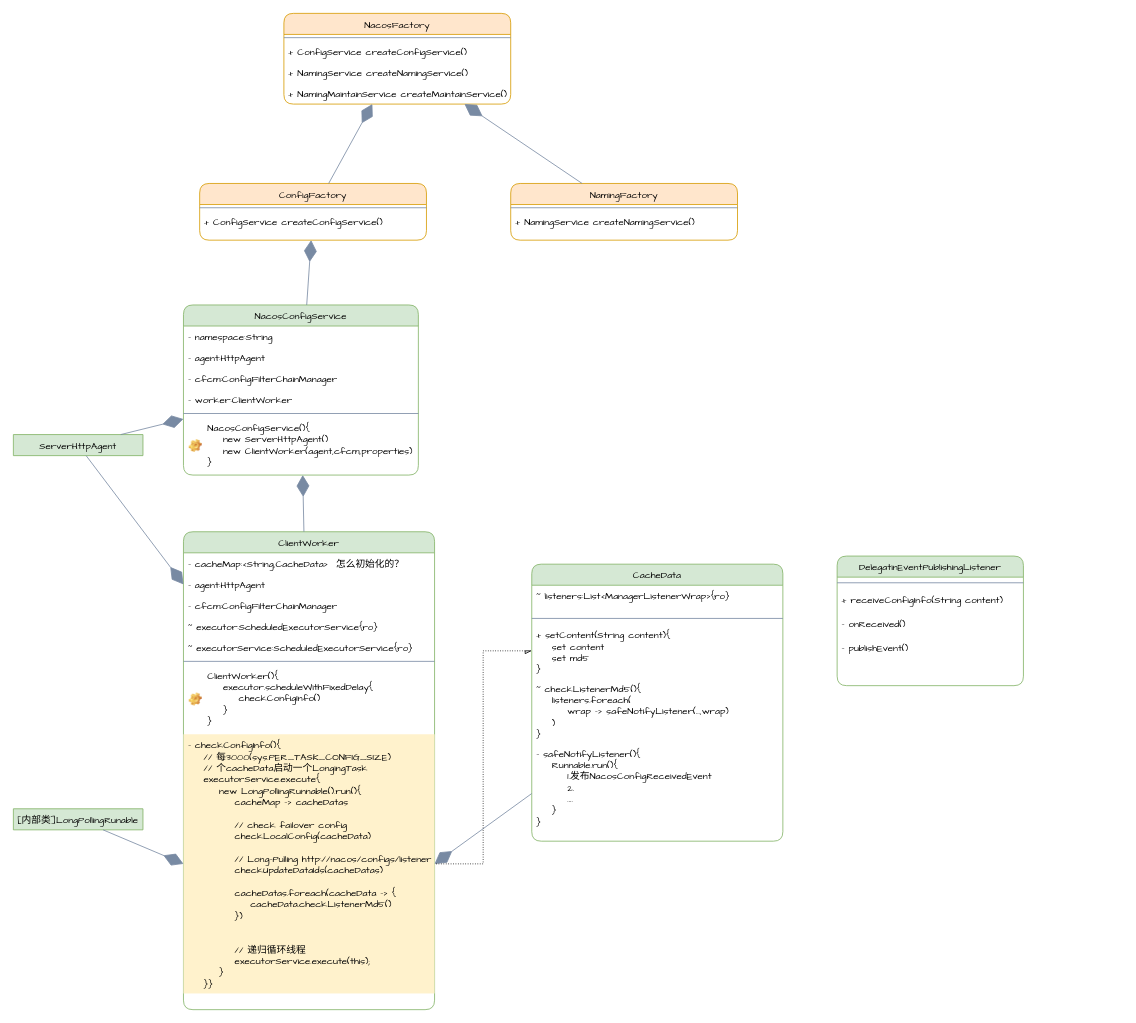
Before: page "Nacos类图梳理" (2 of 2) of diagrams.net/Nacos架构梳理.drawio in ZhengweiHou/simplegit, a draw.io diagram. Source tidied: cells renumbered, new cells numbered last; positions are measured from the earlier drawing's top-left corner, leaving out a move shared by most shapes. Both pictures are drawn from the tidied source at 81%, with x=0, y=0 at pixel (13, 13).
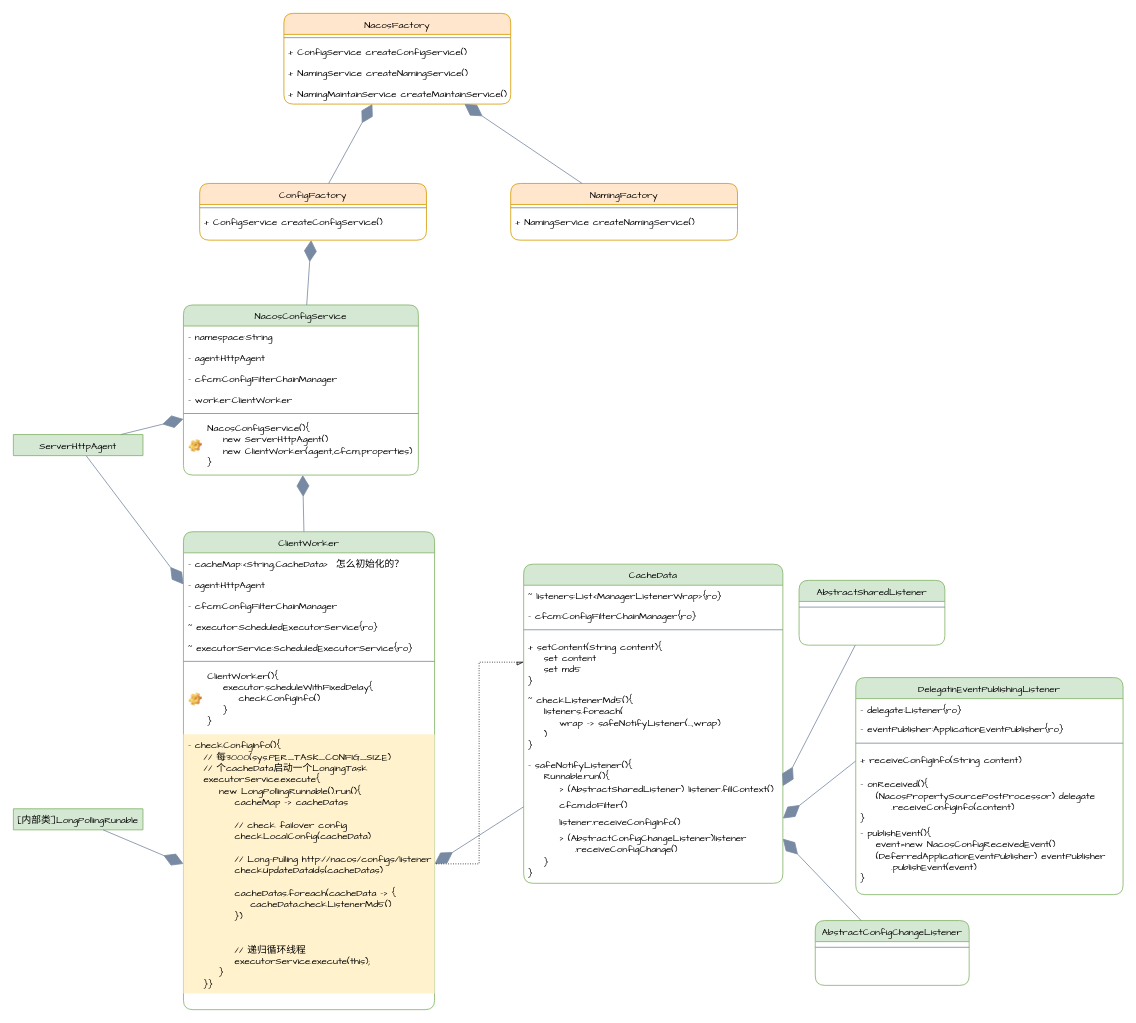
Above is the later version.

The edit, as a diff of the source:
```diff
@@
     <mxCell id="38" value="CacheData" style="swimlane;fontStyle=0;align=center;verticalAlign=top;horizontal=1;startSize=26;shadow=0;strokeWidth=1;fillColor=#d5e8d4;strokeColor=#82b366;fontFamily=Comic Sans MS;fontColor=#000000;rounded=1;sketch=0;" parent="1" vertex="1">
-      <mxGeometry x="640" y="680" width="310" height="342" as="geometry" />
+      <mxGeometry x="630" y="680" width="320" height="394" as="geometry" />
     </mxCell>
     <mxCell id="39" value="~ listeners:List&lt;ManagerListenerWrap&gt;{ro}" style="text;strokeColor=none;fillColor=none;align=left;verticalAlign=top;spacingLeft=4;spacingRight=4;overflow=hidden;rounded=1;sketch=0;fontFamily=Comic Sans MS;fontColor=#000000;" parent="38" vertex="1">
-      <mxGeometry y="26" width="310" height="34" as="geometry" />
+      <mxGeometry y="26" width="320" height="24" as="geometry" />
     </mxCell>
+    <mxCell id="51" value="- cfcm:ConfigFilterChainManager{ro}" style="text;strokeColor=none;fillColor=none;align=left;verticalAlign=top;spacingLeft=4;spacingRight=4;overflow=hidden;rounded=1;sketch=0;fontFamily=Comic Sans MS;fontColor=#000000;" parent="38" vertex="1">
+      <mxGeometry y="50" width="320" height="24" as="geometry" />
+    </mxCell>
     <mxCell id="40" style="line;strokeWidth=1;fillColor=none;align=left;verticalAlign=middle;spacingTop=-1;spacingLeft=3;spacingRight=3;labelPosition=right;fontColor=#000000;fontFamily=Comic Sans MS;strokeColor=#788AA3;rounded=1;sketch=0;fontStyle=0;" parent="38" vertex="1">
-      <mxGeometry y="60" width="310" height="14" as="geometry" />
+      <mxGeometry y="74" width="320" height="14" as="geometry" />
     </mxCell>
     <mxCell id="41" value="+ setContent(String content){&#10;    set content&#10;    set md5&#10;}" style="text;strokeColor=none;fillColor=none;align=left;verticalAlign=top;spacingLeft=4;spacingRight=4;overflow=hidden;points=[[0,0.5],[1,0.5]];portConstraint=eastwest;rounded=1;sketch=0;fontFamily=Comic Sans MS;fontColor=#000000;" parent="38" vertex="1">
-      <mxGeometry y="74" width="310" height="66" as="geometry" />
+      <mxGeometry y="88" width="320" height="66" as="geometry" />
     </mxCell>
     <mxCell id="42" value="~ checkListenerMd5(){&#10;    listeners.foreach(&#10;        wrap -&gt; safeNotifyListener(...,wrap)&#10;    )&#10;}" style="text;strokeColor=none;fillColor=none;align=left;verticalAlign=top;spacingLeft=4;spacingRight=4;overflow=hidden;rounded=1;sketch=0;fontFamily=Comic Sans MS;fontColor=#000000;" parent="38" vertex="1">
-      <mxGeometry y="140" width="310" height="80" as="geometry" />
+      <mxGeometry y="154" width="320" height="80" as="geometry" />
     </mxCell>
-    <mxCell id="43" value="- safeNotifyListener(){&#10;    Runnable.run(){&#10;        1.发布NacosConfigReceivedEvent&#10;        2.&#10;        ....&#10;    }&#10;}" style="text;strokeColor=none;fillColor=none;align=left;verticalAlign=top;spacingLeft=4;spacingRight=4;overflow=hidden;rounded=1;sketch=0;fontFamily=Comic Sans MS;fontColor=#000000;" parent="38" vertex="1">
-      <mxGeometry y="220" width="310" height="100" as="geometry" />
+    <mxCell id="43" value="- safeNotifyListener(){&#10;    Runnable.run(){" style="text;strokeColor=none;fillColor=none;align=left;verticalAlign=top;spacingLeft=4;spacingRight=4;overflow=hidden;rounded=1;sketch=0;fontFamily=Comic Sans MS;fontColor=#000000;" parent="38" vertex="1">
+      <mxGeometry y="234" width="320" height="30" as="geometry" />
     </mxCell>
+    <mxCell id="52" value="        &gt; (AbstractSharedListener) listener.fillContext()" style="text;strokeColor=none;fillColor=none;align=left;verticalAlign=top;spacingLeft=4;spacingRight=4;overflow=hidden;points=[[0,0.5],[1,0.5]];portConstraint=eastwest;rounded=1;sketch=0;fontFamily=Comic Sans MS;fontColor=#000000;" parent="38" vertex="1">
+      <mxGeometry y="264" width="320" height="20" as="geometry" />
+    </mxCell>
+    <mxCell id="53" value="        cfcm.doFilter()" style="text;strokeColor=none;fillColor=none;align=left;verticalAlign=top;spacingLeft=4;spacingRight=4;overflow=hidden;rounded=1;sketch=0;fontFamily=Comic Sans MS;fontColor=#000000;" parent="38" vertex="1">
+      <mxGeometry y="284" width="320" height="20" as="geometry" />
+    </mxCell>
+    <mxCell id="54" value="        listener.receiveConfigInfo()" style="text;strokeColor=none;fillColor=none;align=left;verticalAlign=top;spacingLeft=4;spacingRight=4;overflow=hidden;points=[[0,0.5],[1,0.5]];portConstraint=eastwest;rounded=1;sketch=0;fontFamily=Comic Sans MS;fontColor=#000000;" parent="38" vertex="1">
+      <mxGeometry y="304" width="320" height="20" as="geometry" />
+    </mxCell>
+    <mxCell id="55" value="        &gt; (AbstractConfigChangeListener)listener&#10;            .receiveConfigChange()" style="text;strokeColor=none;fillColor=none;align=left;verticalAlign=top;spacingLeft=4;spacingRight=4;overflow=hidden;points=[[0,0.5],[1,0.5]];portConstraint=eastwest;rounded=1;sketch=0;fontFamily=Comic Sans MS;fontColor=#000000;" parent="38" vertex="1">
+      <mxGeometry y="324" width="320" height="30" as="geometry" />
+    </mxCell>
+    <mxCell id="56" value="    }&#10;}" style="text;strokeColor=none;fillColor=none;align=left;verticalAlign=top;spacingLeft=4;spacingRight=4;overflow=hidden;rounded=1;sketch=0;fontFamily=Comic Sans MS;fontColor=#000000;" parent="38" vertex="1">
+      <mxGeometry y="354" width="320" height="40" as="geometry" />
+    </mxCell>
@@
     <mxCell id="45" value="DelegatinEventPublishingListener" style="swimlane;fontStyle=0;align=center;verticalAlign=top;horizontal=1;startSize=26;shadow=0;strokeWidth=1;fillColor=#d5e8d4;strokeColor=#82b366;fontFamily=Comic Sans MS;fontColor=#000000;rounded=1;sketch=0;" parent="1" vertex="1">
-      <mxGeometry x="1017" y="670" width="230" height="160" as="geometry" />
+      <mxGeometry x="1040" y="820" width="330" height="268" as="geometry" />
     </mxCell>
+    <mxCell id="57" value="- delegate:Listener{ro}" style="text;strokeColor=none;fillColor=none;align=left;verticalAlign=top;spacingLeft=4;spacingRight=4;overflow=hidden;rounded=1;sketch=0;fontFamily=Comic Sans MS;fontColor=#000000;" parent="45" vertex="1">
+      <mxGeometry y="26" width="330" height="24" as="geometry" />
+    </mxCell>
+    <mxCell id="58" value="- eventPublisher:ApplicationEventPublisher{ro}" style="text;strokeColor=none;fillColor=none;align=left;verticalAlign=top;spacingLeft=4;spacingRight=4;overflow=hidden;rounded=1;sketch=0;fontFamily=Comic Sans MS;fontColor=#000000;" parent="45" vertex="1">
+      <mxGeometry y="50" width="330" height="24" as="geometry" />
+    </mxCell>
     <mxCell id="46" style="line;strokeWidth=1;fillColor=none;align=left;verticalAlign=middle;spacingTop=-1;spacingLeft=3;spacingRight=3;labelPosition=right;fontColor=#000000;fontFamily=Comic Sans MS;strokeColor=#788AA3;rounded=1;sketch=0;fontStyle=0;" parent="45" vertex="1">
-      <mxGeometry y="26" width="230" height="14" as="geometry" />
+      <mxGeometry y="74" width="330" height="14" as="geometry" />
     </mxCell>
     <mxCell id="47" value="+ receiveConfigInfo(String content)" style="text;strokeColor=none;fillColor=none;align=left;verticalAlign=top;spacingLeft=4;spacingRight=4;overflow=hidden;points=[[0,0.5],[1,0.5]];portConstraint=eastwest;rounded=1;sketch=0;fontFamily=Comic Sans MS;fontColor=#000000;" parent="45" vertex="1">
-      <mxGeometry y="40" width="230" height="30" as="geometry" />
+      <mxGeometry y="88" width="330" height="30" as="geometry" />
     </mxCell>
-    <mxCell id="48" value="- onReceived()" style="text;strokeColor=none;fillColor=none;align=left;verticalAlign=top;spacingLeft=4;spacingRight=4;overflow=hidden;rounded=1;sketch=0;fontFamily=Comic Sans MS;fontColor=#000000;" parent="45" vertex="1">
-      <mxGeometry y="70" width="230" height="30" as="geometry" />
+    <mxCell id="48" value="- onReceived(){&#10;    (NacosPropertySourcePostProcessor) delegate&#10;        .receiveConfigInfo(content)&#10;}" style="text;strokeColor=none;fillColor=none;align=left;verticalAlign=top;spacingLeft=4;spacingRight=4;overflow=hidden;rounded=1;sketch=0;fontFamily=Comic Sans MS;fontColor=#000000;" parent="45" vertex="1">
+      <mxGeometry y="118" width="330" height="60" as="geometry" />
     </mxCell>
-    <mxCell id="49" value="- publishEvent()" style="text;strokeColor=none;fillColor=none;align=left;verticalAlign=top;spacingLeft=4;spacingRight=4;overflow=hidden;rounded=1;sketch=0;fontFamily=Comic Sans MS;fontColor=#000000;" parent="45" vertex="1">
-      <mxGeometry y="100" width="230" height="30" as="geometry" />
+    <mxCell id="49" value="- publishEvent(){&#10;    event=new NacosConfigReceivedEvent()&#10;    (DeferredApplicationEventPublisher) eventPublisher&#10;        .publishEvent(event)&#10;}" style="text;strokeColor=none;fillColor=none;align=left;verticalAlign=top;spacingLeft=4;spacingRight=4;overflow=hidden;rounded=1;sketch=0;fontFamily=Comic Sans MS;fontColor=#000000;" parent="45" vertex="1">
+      <mxGeometry y="178" width="330" height="90" as="geometry" />
     </mxCell>
@@
+    <mxCell id="59" style="endArrow=diamondThin;endFill=1;endSize=24;html=1;fontColor=#000000;strokeColor=#788AA3;fillColor=#B2C9AB;fontFamily=Comic Sans MS;sketch=0;fontStyle=0;entryX=1;entryY=0.5;entryDx=0;entryDy=0;exitX=0;exitY=0.5;exitDx=0;exitDy=0;" parent="1" edge="1" source="47" target="54">
+      <mxGeometry relative="1" as="geometry" />
+    </mxCell>
+    <mxCell id="60" value="AbstractSharedListener" style="swimlane;fontStyle=0;align=center;verticalAlign=top;horizontal=1;startSize=26;shadow=0;strokeWidth=1;fillColor=#d5e8d4;strokeColor=#82b366;fontFamily=Comic Sans MS;fontColor=#000000;rounded=1;sketch=0;" parent="1" vertex="1">
+      <mxGeometry x="970" y="700" width="180" height="80" as="geometry" />
+    </mxCell>
+    <mxCell id="61" style="line;strokeWidth=1;fillColor=none;align=left;verticalAlign=middle;spacingTop=-1;spacingLeft=3;spacingRight=3;labelPosition=right;fontColor=#000000;fontFamily=Comic Sans MS;strokeColor=#788AA3;rounded=1;sketch=0;fontStyle=0;" parent="60" vertex="1">
+      <mxGeometry y="26" width="180" height="14" as="geometry" />
+    </mxCell>
+    <mxCell id="62" value="AbstractConfigChangeListener" style="swimlane;fontStyle=0;align=center;verticalAlign=top;horizontal=1;startSize=26;shadow=0;strokeWidth=1;fillColor=#d5e8d4;strokeColor=#82b366;fontFamily=Comic Sans MS;fontColor=#000000;rounded=1;sketch=0;" parent="1" vertex="1">
+      <mxGeometry x="990" y="1120" width="190" height="80" as="geometry" />
+    </mxCell>
+    <mxCell id="63" style="line;strokeWidth=1;fillColor=none;align=left;verticalAlign=middle;spacingTop=-1;spacingLeft=3;spacingRight=3;labelPosition=right;fontColor=#000000;fontFamily=Comic Sans MS;strokeColor=#788AA3;rounded=1;sketch=0;fontStyle=0;" parent="62" vertex="1">
+      <mxGeometry y="26" width="190" height="14" as="geometry" />
+    </mxCell>
+    <mxCell id="64" style="endArrow=diamondThin;endFill=1;endSize=24;html=1;fontColor=#000000;strokeColor=#788AA3;fillColor=#B2C9AB;fontFamily=Comic Sans MS;sketch=0;fontStyle=0;entryX=1;entryY=0.5;entryDx=0;entryDy=0;" parent="1" edge="1" source="62" target="55">
+      <mxGeometry relative="1" as="geometry" />
+    </mxCell>
+    <mxCell id="65" style="endArrow=diamondThin;endFill=1;endSize=24;html=1;fontColor=#000000;strokeColor=#788AA3;fillColor=#B2C9AB;fontFamily=Comic Sans MS;sketch=0;fontStyle=0;entryX=1;entryY=0.5;entryDx=0;entryDy=0;" parent="1" edge="1" source="60" target="52">
+      <mxGeometry relative="1" as="geometry" />
+    </mxCell>
```
